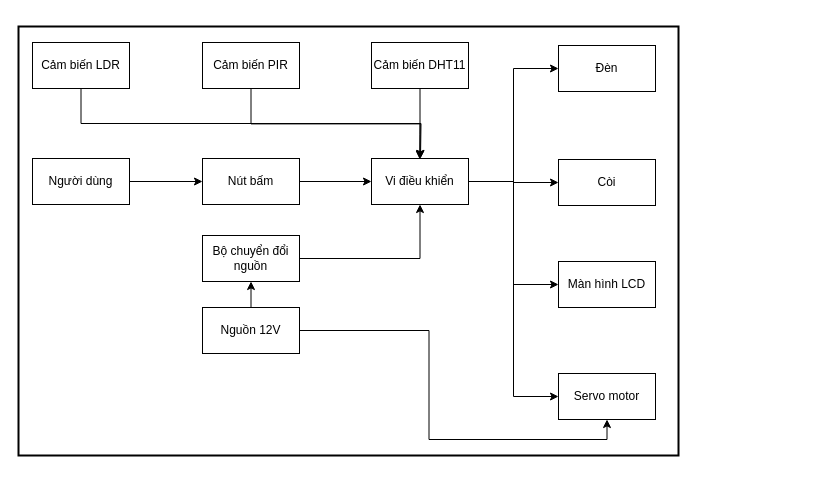
nghiafl1/spring-boot-learning keeps this draw.io diagram as page "Page-1" (1 of 2) of Untitled Diagram.drawio. Above is the earlier version. Source tidied: cells renumbered, new cells numbered last; positions are measured from the earlier drawing's top-left corner, leaving out a move shared by most shapes. Both pictures are drawn from the tidied source at 100%, with x=0, y=0 at pixel (18, 26).
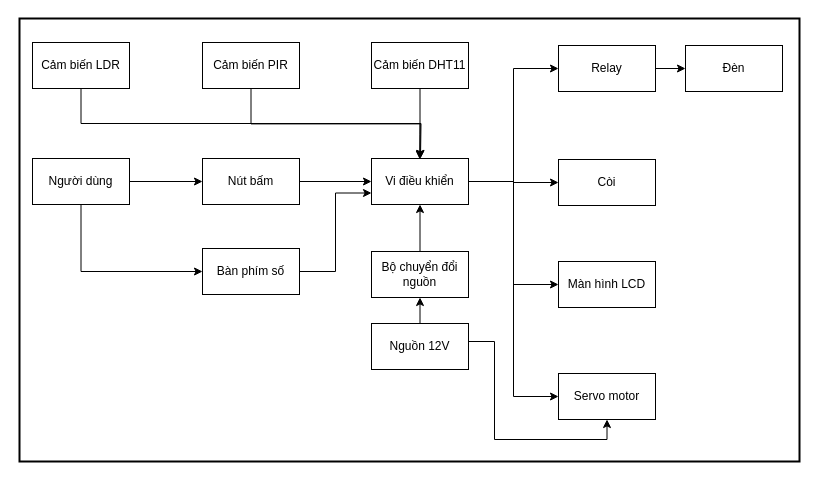
The same diagram, later.

Unchanged cells that the change refers to:
```xml
<mxCell id="4" value="&lt;div&gt;Người dùng&lt;/div&gt;" style="rounded=0;whiteSpace=wrap;html=1;" parent="1" vertex="1">
  <mxGeometry x="14" y="132" width="97" height="46" as="geometry" />
</mxCell>
<mxCell id="11" value="&lt;div&gt;Vi điều khiển&lt;/div&gt;" style="rounded=0;whiteSpace=wrap;html=1;" parent="1" vertex="1">
  <mxGeometry x="353" y="132" width="97" height="46" as="geometry" />
</mxCell>
<mxCell id="15" value="&lt;div&gt;Servo motor&lt;/div&gt;" style="rounded=0;whiteSpace=wrap;html=1;" parent="1" vertex="1">
  <mxGeometry x="540" y="347" width="97" height="46" as="geometry" />
</mxCell>
```

Diff of the diagram source:
```diff
@@
     <mxCell id="2" style="rounded=0;whiteSpace=wrap;html=1;rotation=0;strokeColor=default;strokeWidth=2;" parent="1" vertex="1">
-      <mxGeometry width="660" height="429" as="geometry" />
+      <mxGeometry x="1" y="-8" width="780" height="443" as="geometry" />
     </mxCell>
@@
+    <mxCell id="27" style="edgeStyle=orthogonalEdgeStyle;rounded=0;jettySize=auto;html=1;exitX=0.5;exitY=1;exitDx=0;exitDy=0;entryX=0;entryY=0.5;entryDx=0;entryDy=0;" parent="1" edge="1" source="4" target="31">
+      <mxGeometry relative="1" as="geometry" />
+    </mxCell>
@@
+    <mxCell id="28" style="edgeStyle=orthogonalEdgeStyle;rounded=0;jettySize=auto;html=1;entryX=0;entryY=0.5;entryDx=0;entryDy=0;" parent="1" edge="1" source="12" target="29">
+      <mxGeometry relative="1" as="geometry" />
+    </mxCell>
-    <mxCell id="12" value="Đèn" style="rounded=0;whiteSpace=wrap;html=1;" parent="1" vertex="1">
+    <mxCell id="12" value="Relay" style="rounded=0;whiteSpace=wrap;html=1;" parent="1" vertex="1">
       <mxGeometry x="540" y="19" width="97" height="46" as="geometry" />
     </mxCell>
@@
     <mxCell id="22" style="edgeStyle=orthogonalEdgeStyle;rounded=0;jettySize=auto;html=1;exitX=1;exitY=0.5;exitDx=0;exitDy=0;entryX=0.5;entryY=1;entryDx=0;entryDy=0;" parent="1" edge="1" source="24" target="15">
-      <mxGeometry relative="1" as="geometry" />
+      <mxGeometry relative="1" as="geometry">
+        <Array as="points">
+          <mxPoint x="476" y="315" />
+          <mxPoint x="476" y="413" />
+          <mxPoint x="589" y="413" />
+        </Array>
+      </mxGeometry>
     </mxCell>
@@
     <mxCell id="24" value="Nguồn 12V" style="rounded=0;whiteSpace=wrap;html=1;" parent="1" vertex="1">
-      <mxGeometry x="184" y="281" width="97" height="46" as="geometry" />
+      <mxGeometry x="353" y="297" width="97" height="46" as="geometry" />
     </mxCell>
-    <mxCell id="25" style="edgeStyle=orthogonalEdgeStyle;rounded=0;jettySize=auto;html=1;exitX=1;exitY=0.5;exitDx=0;exitDy=0;entryX=0.5;entryY=1;entryDx=0;entryDy=0;" parent="1" edge="1" source="26" target="11">
+    <mxCell id="25" style="edgeStyle=orthogonalEdgeStyle;rounded=0;jettySize=auto;html=1;exitX=0.5;exitY=0;exitDx=0;exitDy=0;" parent="1" edge="1" source="26" target="11">
       <mxGeometry relative="1" as="geometry" />
     </mxCell>
     <mxCell id="26" value="Bộ chuyển đổi nguồn" style="rounded=0;whiteSpace=wrap;html=1;" parent="1" vertex="1">
-      <mxGeometry x="184" y="209" width="97" height="46" as="geometry" />
+      <mxGeometry x="353" y="225" width="97" height="46" as="geometry" />
     </mxCell>
+    <mxCell id="29" value="Đèn" style="rounded=0;whiteSpace=wrap;html=1;" parent="1" vertex="1">
+      <mxGeometry x="667" y="19" width="97" height="46" as="geometry" />
+    </mxCell>
+    <mxCell id="30" style="edgeStyle=orthogonalEdgeStyle;rounded=0;jettySize=auto;html=1;exitX=1;exitY=0.5;exitDx=0;exitDy=0;entryX=0;entryY=0.75;entryDx=0;entryDy=0;" parent="1" edge="1" source="31" target="11">
+      <mxGeometry relative="1" as="geometry" />
+    </mxCell>
+    <mxCell id="31" value="&lt;div&gt;Bàn phím số&lt;/div&gt;" style="rounded=0;whiteSpace=wrap;html=1;" parent="1" vertex="1">
+      <mxGeometry x="184" y="222" width="97" height="46" as="geometry" />
+    </mxCell>
```
